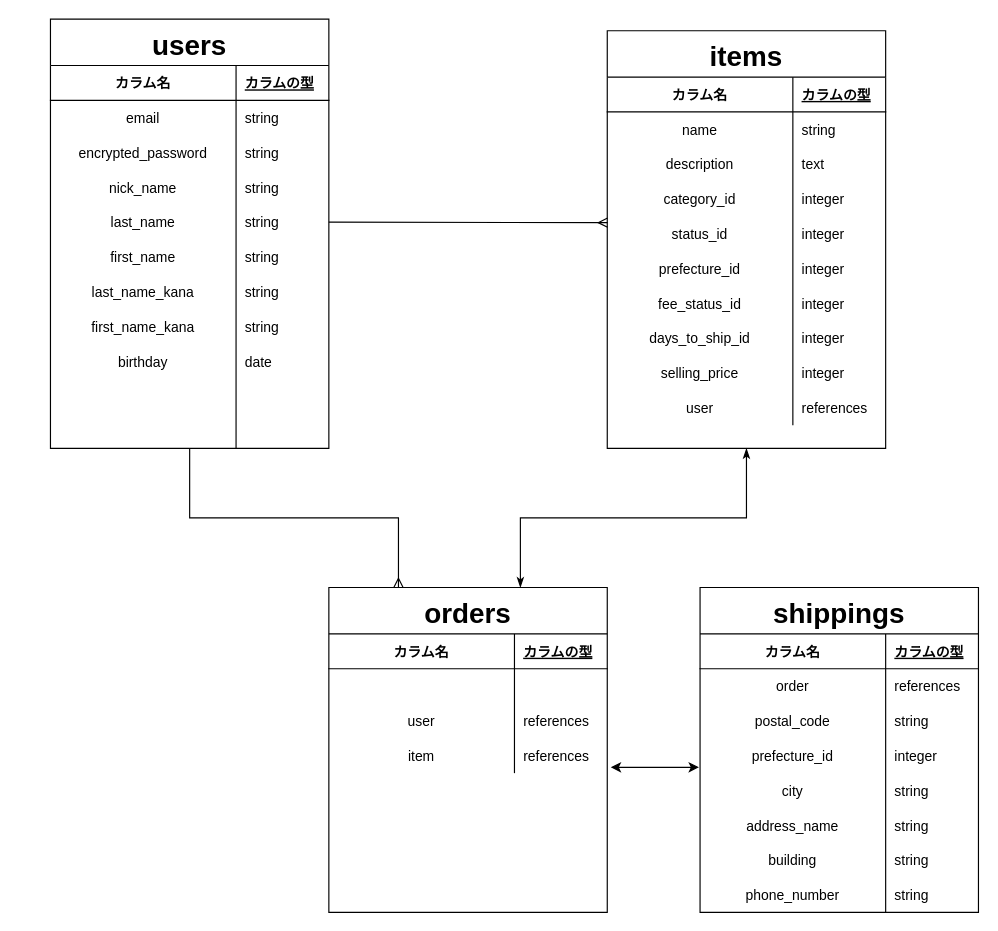
Before: ER.dio in iniwa-takaya/furima-35690, a draw.io diagram. Source tidied: cells renumbered, new cells numbered last; positions are measured from the earlier drawing's top-left corner, leaving out a move shared by most shapes. Both pictures are drawn from the tidied source at 116%, with x=0, y=0 at pixel (50, 19).
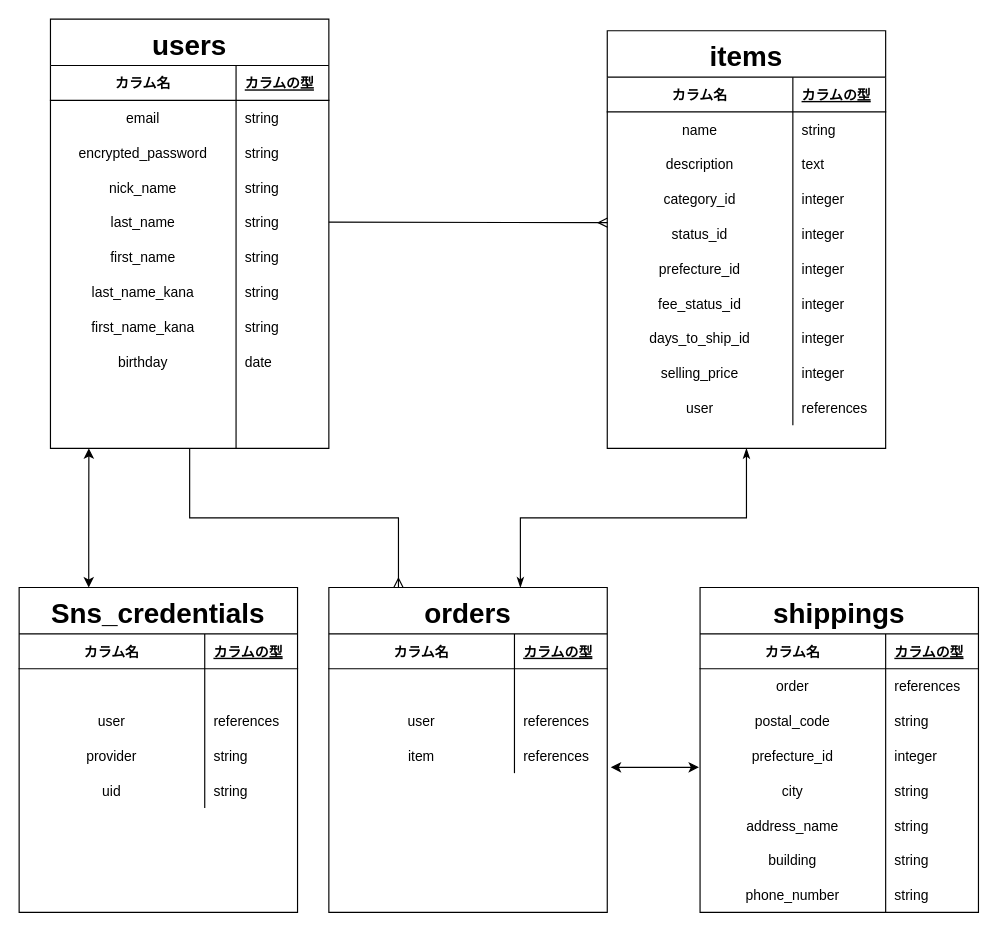
The same page after the edit.

Commit message (it also covers changes not shown here):
SNSアカウント利用に伴うER図、READMEの修正

Unchanged cells that the change refers to:
```xml
<mxCell id="34" style="shape=partialRectangle;fillColor=none;top=0;left=0;bottom=0;right=0;points=[[0,0.5],[1,0.5]];portConstraint=eastwest;" parent="3" vertex="1">
  <mxGeometry y="340" width="240" height="30" as="geometry" />
</mxCell>
```

Change to the diagram source:
```diff
@@
+    <mxCell id="110" style="edgeStyle=orthogonalEdgeStyle;rounded=0;jettySize=auto;html=1;exitX=0.25;exitY=0;exitDx=0;exitDy=0;entryX=0.138;entryY=1;entryDx=0;entryDy=0;entryPerimeter=0;startArrow=classic;startFill=1;" parent="1" edge="1" source="111" target="34">
+      <mxGeometry relative="1" as="geometry">
+        <Array as="points">
+          <mxPoint x="33" y="450" />
+          <mxPoint x="33" y="450" />
+        </Array>
+      </mxGeometry>
+    </mxCell>
+    <mxCell id="111" value="Sns_credentials" style="shape=table;startSize=40;childLayout=tableLayout;rowLines=0;fontStyle=1;align=center;fontSize=24;" parent="1" vertex="1">
+      <mxGeometry x="-27" y="490" width="240" height="280" as="geometry" />
+    </mxCell>
+    <mxCell id="112" style="shape=partialRectangle;fillColor=none;top=0;left=0;bottom=1;right=0;" parent="111" vertex="1">
+      <mxGeometry y="40" width="240" height="30" as="geometry" />
+    </mxCell>
+    <mxCell id="113" value="カラム名" style="shape=partialRectangle;fillColor=none;top=0;left=0;bottom=0;right=0;fontStyle=1;overflow=hidden;" parent="112" vertex="1">
+      <mxGeometry width="160" height="30" as="geometry" />
+    </mxCell>
+    <mxCell id="114" value="カラムの型" style="shape=partialRectangle;fillColor=none;top=0;left=0;bottom=0;right=0;align=left;spacingLeft=6;fontStyle=5;overflow=hidden;" parent="112" vertex="1">
+      <mxGeometry x="160" width="80" height="30" as="geometry" />
+    </mxCell>
+    <mxCell id="115" style="shape=partialRectangle;fillColor=none;top=0;left=0;bottom=0;right=0;" parent="111" vertex="1">
+      <mxGeometry y="70" width="240" height="30" as="geometry" />
+    </mxCell>
+    <mxCell id="116" style="shape=partialRectangle;fillColor=none;top=0;left=0;bottom=0;right=0;overflow=hidden;" parent="115" vertex="1">
+      <mxGeometry width="160" height="30" as="geometry" />
+    </mxCell>
+    <mxCell id="117" style="shape=partialRectangle;fillColor=none;top=0;left=0;bottom=0;right=0;align=left;spacingLeft=6;overflow=hidden;" parent="115" vertex="1">
+      <mxGeometry x="160" width="80" height="30" as="geometry" />
+    </mxCell>
+    <mxCell id="118" style="shape=partialRectangle;fillColor=none;top=0;left=0;bottom=0;right=0;" parent="111" vertex="1">
+      <mxGeometry y="100" width="240" height="30" as="geometry" />
+    </mxCell>
+    <mxCell id="119" value="user" style="shape=partialRectangle;fillColor=none;top=0;left=0;bottom=0;right=0;overflow=hidden;" parent="118" vertex="1">
+      <mxGeometry width="160" height="30" as="geometry" />
+    </mxCell>
+    <mxCell id="120" value="references" style="shape=partialRectangle;fillColor=none;top=0;left=0;bottom=0;right=0;align=left;spacingLeft=6;overflow=hidden;" parent="118" vertex="1">
+      <mxGeometry x="160" width="80" height="30" as="geometry" />
+    </mxCell>
+    <mxCell id="121" style="shape=partialRectangle;fillColor=none;top=0;left=0;bottom=0;right=0;" parent="111" vertex="1">
+      <mxGeometry y="130" width="240" height="30" as="geometry" />
+    </mxCell>
+    <mxCell id="122" value="provider" style="shape=partialRectangle;fillColor=none;top=0;left=0;bottom=0;right=0;overflow=hidden;" parent="121" vertex="1">
+      <mxGeometry width="160" height="30" as="geometry" />
+    </mxCell>
+    <mxCell id="123" value="string" style="shape=partialRectangle;fillColor=none;top=0;left=0;bottom=0;right=0;align=left;spacingLeft=6;overflow=hidden;" parent="121" vertex="1">
+      <mxGeometry x="160" width="80" height="30" as="geometry" />
+    </mxCell>
+    <mxCell id="124" style="shape=partialRectangle;fillColor=none;top=0;left=0;bottom=0;right=0;" parent="111" vertex="1">
+      <mxGeometry y="160" width="240" height="30" as="geometry" />
+    </mxCell>
+    <mxCell id="125" value="uid" style="shape=partialRectangle;fillColor=none;top=0;left=0;bottom=0;right=0;overflow=hidden;" parent="124" vertex="1">
+      <mxGeometry width="160" height="30" as="geometry" />
+    </mxCell>
+    <mxCell id="126" value="string" style="shape=partialRectangle;fillColor=none;top=0;left=0;bottom=0;right=0;align=left;spacingLeft=6;overflow=hidden;" parent="124" vertex="1">
+      <mxGeometry x="160" width="80" height="30" as="geometry" />
+    </mxCell>
```
